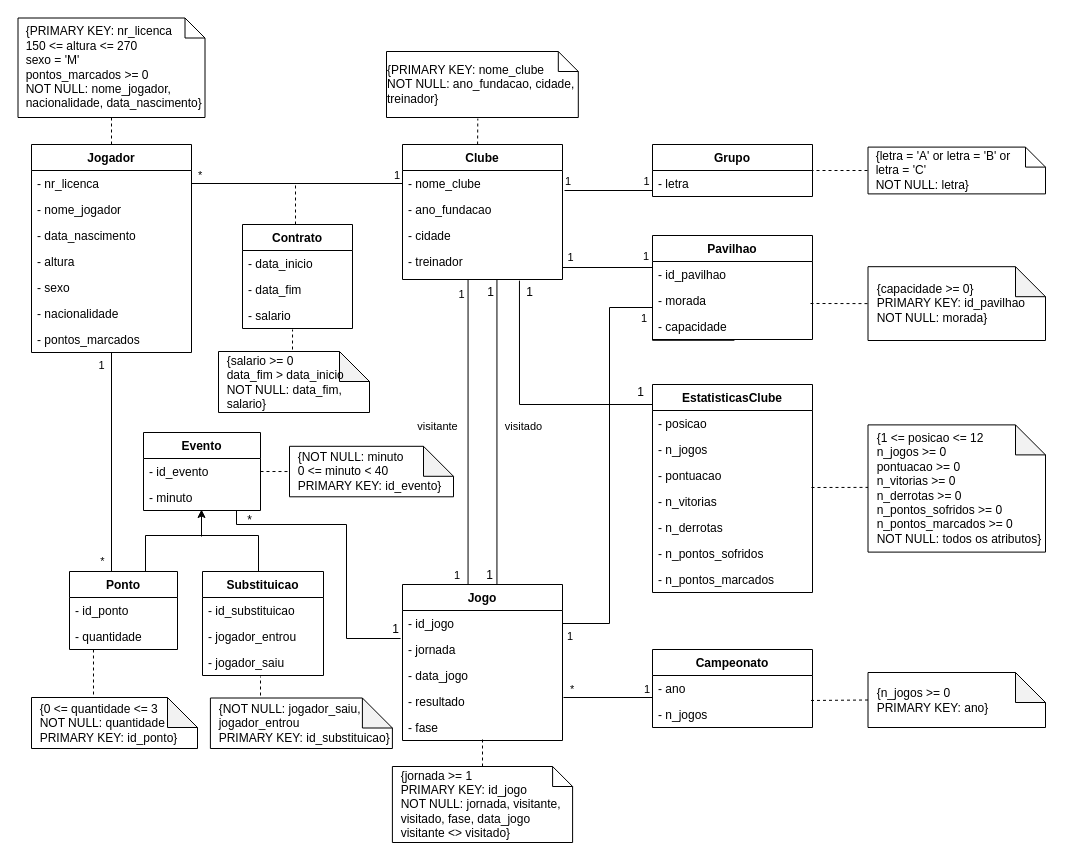
This is UML.drawio from leonor-f/BasketballChampionshipManagement, a draw.io file, before an edit. Source tidied: cells renumbered, new cells numbered last; positions are measured from the earlier drawing's top-left corner, leaving out a move shared by most shapes. Both pictures are drawn from the tidied source at 100%, with x=0, y=0 at pixel (18, 18).
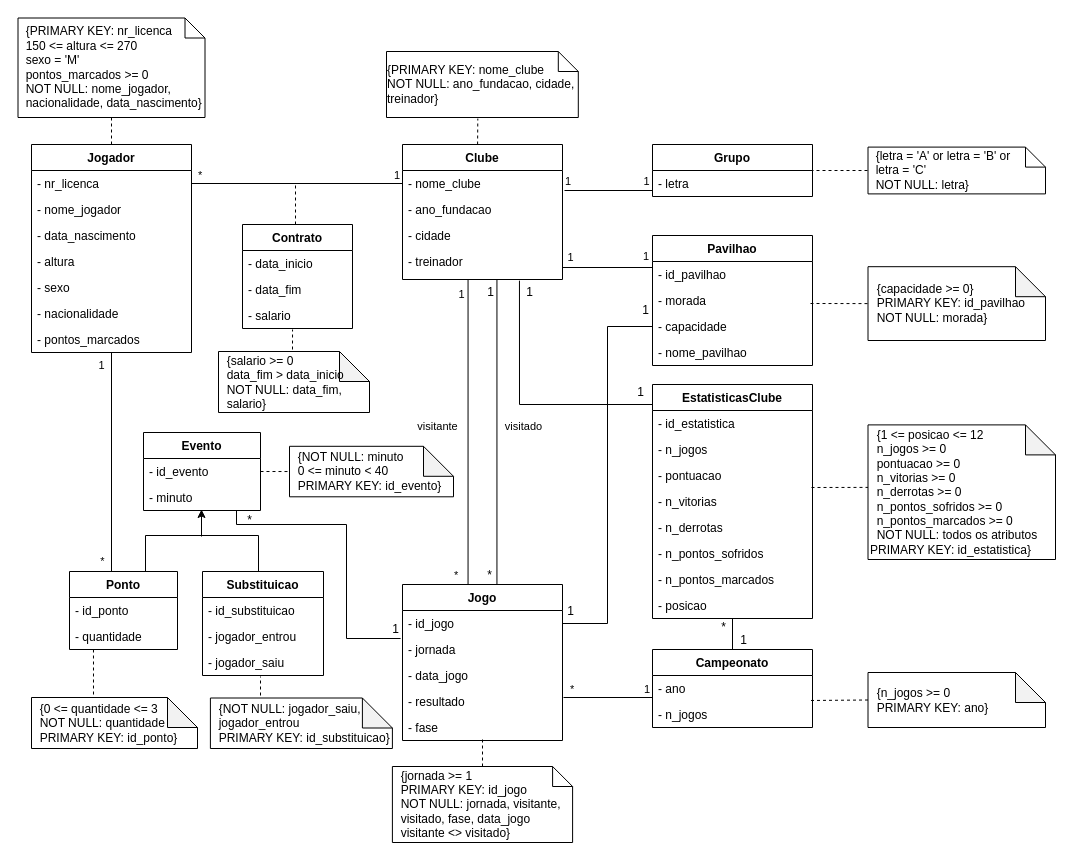
Above is the later version.

Unchanged cells that the change refers to:
```xml
<mxCell id="25" value="- capacidade" style="text;strokeColor=none;fillColor=none;align=left;verticalAlign=top;spacingLeft=4;spacingRight=4;overflow=hidden;points=[[0,0.5],[1,0.5]];portConstraint=eastwest;rounded=0;" parent="22" vertex="1">
  <mxGeometry y="78" width="160" height="26" as="geometry" />
</mxCell>
<mxCell id="30" value="- id_jogo" style="text;strokeColor=none;fillColor=none;align=left;verticalAlign=top;spacingLeft=4;spacingRight=4;overflow=hidden;points=[[0,0.5],[1,0.5]];portConstraint=eastwest;rounded=0;" parent="29" vertex="1">
  <mxGeometry y="26" width="160" height="26" as="geometry" />
</mxCell>
<mxCell id="31" value="- jornada" style="text;strokeColor=none;fillColor=none;align=left;verticalAlign=top;spacingLeft=4;spacingRight=4;overflow=hidden;points=[[0,0.5],[1,0.5]];portConstraint=eastwest;rounded=0;" parent="29" vertex="1">
  <mxGeometry y="52" width="160" height="26" as="geometry" />
</mxCell>
<mxCell id="48" value="Campeonato" style="swimlane;fontStyle=1;align=center;verticalAlign=top;horizontal=1;startSize=26;rounded=0;" parent="1" vertex="1">
  <mxGeometry x="634" y="631" width="160" height="78" as="geometry" />
</mxCell>
```

Diff of the diagram source:
```diff
@@
     <mxCell id="22" value="Pavilhao" style="swimlane;fontStyle=1;align=center;verticalAlign=top;horizontal=1;startSize=26;rounded=0;" parent="1" vertex="1">
-      <mxGeometry x="634" y="217" width="160" height="104" as="geometry" />
+      <mxGeometry x="634" y="217" width="160" height="130" as="geometry" />
     </mxCell>
@@
+    <mxCell id="108" value="- nome_pavilhao" style="text;strokeColor=none;fillColor=none;align=left;verticalAlign=top;spacingLeft=4;spacingRight=4;overflow=hidden;rounded=0;" parent="22" vertex="1">
+      <mxGeometry y="104" width="160" height="26" as="geometry" />
+    </mxCell>
@@
-    <mxCell id="45" style="endArrow=none;html=1;edgeStyle=orthogonalEdgeStyle;rounded=0;exitX=1;exitY=0.5;exitDx=0;exitDy=0;entryX=0.512;entryY=1.03;entryDx=0;entryDy=0;entryPerimeter=0;" parent="1" edge="1" source="31" target="25">
-      <mxGeometry relative="1" as="geometry">
-        <Array as="points">
-          <mxPoint x="544" y="605" />
-          <mxPoint x="591" y="605" />
-          <mxPoint x="591" y="289" />
-          <mxPoint x="634" y="289" />
-          <mxPoint x="634" y="322" />
-        </Array>
-      </mxGeometry>
-    </mxCell>
-    <mxCell id="46" value="1" style="edgeLabel;html=1;align=left;verticalAlign=bottom;rounded=0;" parent="45" vertex="1">
-      <mxGeometry x="-1" relative="1" as="geometry">
-        <mxPoint x="3" y="-5" as="offset" />
-      </mxGeometry>
-    </mxCell>
-    <mxCell id="47" value="1" style="edgeLabel;html=1;align=right;verticalAlign=bottom;rounded=0;" parent="45" vertex="1">
-      <mxGeometry x="1" relative="1" as="geometry">
-        <mxPoint x="-87" y="-14" as="offset" />
-      </mxGeometry>
-    </mxCell>
+    <mxCell id="109" style="edgeStyle=none;html=1;endArrow=none;endFill=0;entryX=0.5;entryY=1;entryDx=0;entryDy=0;entryPerimeter=0;" parent="1" edge="1" source="48" target="110">
+      <mxGeometry relative="1" as="geometry" />
+    </mxCell>
@@
     <mxCell id="57" value="EstatisticasClube" style="swimlane;fontStyle=1;align=center;verticalAlign=top;horizontal=1;startSize=26;rounded=0;" parent="1" vertex="1">
-      <mxGeometry x="634" y="366" width="160" height="208" as="geometry" />
+      <mxGeometry x="634" y="366" width="160" height="234" as="geometry" />
     </mxCell>
-    <mxCell id="58" value="- posicao" style="text;strokeColor=none;fillColor=none;align=left;verticalAlign=top;spacingLeft=4;spacingRight=4;overflow=hidden;rounded=0;" parent="57" vertex="1">
+    <mxCell id="58" value="- id_estatistica" style="text;strokeColor=none;fillColor=none;align=left;verticalAlign=top;spacingLeft=4;spacingRight=4;overflow=hidden;rounded=0;" parent="57" vertex="1">
       <mxGeometry y="26" width="160" height="26" as="geometry" />
     </mxCell>
@@
+    <mxCell id="110" value="- posicao" style="text;strokeColor=none;fillColor=none;align=left;verticalAlign=top;spacingLeft=4;spacingRight=4;overflow=hidden;points=[[0,0.5],[1,0.5]];portConstraint=eastwest;rounded=0;" parent="57" vertex="1">
+      <mxGeometry y="208" width="160" height="26" as="geometry" />
+    </mxCell>
@@
-    <mxCell id="75" value="1" style="edgeLabel;html=1;align=left;verticalAlign=bottom;rounded=0;" parent="1" vertex="1">
+    <mxCell id="75" value="*" style="edgeLabel;html=1;align=left;verticalAlign=bottom;rounded=0;" parent="1" vertex="1">
       <mxGeometry x="444" y="570" as="geometry">
         <mxPoint x="-10" y="-5" as="offset" />
       </mxGeometry>
     </mxCell>
@@
-    <mxCell id="82" value="&amp;nbsp; {1 &amp;lt;= posicao&amp;nbsp;&amp;lt;= 12&lt;br&gt;&amp;nbsp; n_jogos &amp;gt;= 0&lt;br&gt;&amp;nbsp; pontuacao &amp;gt;= 0&lt;br&gt;&amp;nbsp; n_vitorias &amp;gt;= 0&lt;br&gt;&amp;nbsp; n_derrotas &amp;gt;= 0&amp;nbsp;&lt;br&gt;&amp;nbsp; n_pontos_sofridos &amp;gt;= 0&lt;br&gt;&amp;nbsp; n_pontos_marcados &amp;gt;= 0&lt;br&gt;&amp;nbsp; NOT NULL: todos os atributos}" style="shape=note;whiteSpace=wrap;html=1;backgroundOutline=1;darkOpacity=0.05;align=left;" parent="1" vertex="1">
-      <mxGeometry x="849.5" y="406.4" width="177.5" height="127.2" as="geometry" />
+    <mxCell id="82" value="&amp;nbsp; {1 &amp;lt;= posicao&amp;nbsp;&amp;lt;= 12&lt;br&gt;&amp;nbsp; n_jogos &amp;gt;= 0&lt;br&gt;&amp;nbsp; pontuacao &amp;gt;= 0&lt;br&gt;&amp;nbsp; n_vitorias &amp;gt;= 0&lt;br&gt;&amp;nbsp; n_derrotas &amp;gt;= 0&amp;nbsp;&lt;br&gt;&amp;nbsp; n_pontos_sofridos &amp;gt;= 0&lt;br&gt;&amp;nbsp; n_pontos_marcados &amp;gt;= 0&lt;br&gt;&amp;nbsp; NOT NULL: todos os atributos&lt;br&gt;PRIMARY KEY: id_estatistica}" style="shape=note;whiteSpace=wrap;html=1;backgroundOutline=1;darkOpacity=0.05;align=left;" parent="1" vertex="1">
+      <mxGeometry x="849.5" y="406.4" width="187.5" height="134.6" as="geometry" />
     </mxCell>
@@
-    <mxCell id="107" value="1" style="text;html=1;align=center;verticalAlign=middle;strokeColor=none;fillColor=none;" parent="1" vertex="1">
-      <mxGeometry x="462" y="548" width="17" height="18" as="geometry" />
+    <mxCell id="107" value="*" style="text;html=1;align=center;verticalAlign=middle;strokeColor=none;fillColor=none;" parent="1" vertex="1">
+      <mxGeometry x="463" y="548" width="15" height="18" as="geometry" />
     </mxCell>
+    <mxCell id="111" value="*" style="text;html=1;align=center;verticalAlign=middle;strokeColor=none;fillColor=none;" parent="1" vertex="1">
+      <mxGeometry x="697" y="600" width="15" height="18" as="geometry" />
+    </mxCell>
+    <mxCell id="112" value="1" style="text;html=1;align=center;verticalAlign=middle;strokeColor=none;fillColor=none;" parent="1" vertex="1">
+      <mxGeometry x="716" y="613" width="17" height="18" as="geometry" />
+    </mxCell>
+    <mxCell id="113" style="edgeStyle=orthogonalEdgeStyle;html=1;entryX=0;entryY=0.5;entryDx=0;entryDy=0;exitX=1;exitY=0.5;exitDx=0;exitDy=0;rounded=0;endArrow=none;endFill=0;" parent="1" edge="1" source="30" target="25">
+      <mxGeometry relative="1" as="geometry" />
+    </mxCell>
+    <mxCell id="114" value="1" style="text;html=1;align=center;verticalAlign=middle;strokeColor=none;fillColor=none;" parent="1" vertex="1">
+      <mxGeometry x="618" y="283" width="17" height="18" as="geometry" />
+    </mxCell>
+    <mxCell id="115" value="1" style="text;html=1;align=center;verticalAlign=middle;strokeColor=none;fillColor=none;" parent="1" vertex="1">
+      <mxGeometry x="543" y="584" width="17" height="18" as="geometry" />
+    </mxCell>
```
